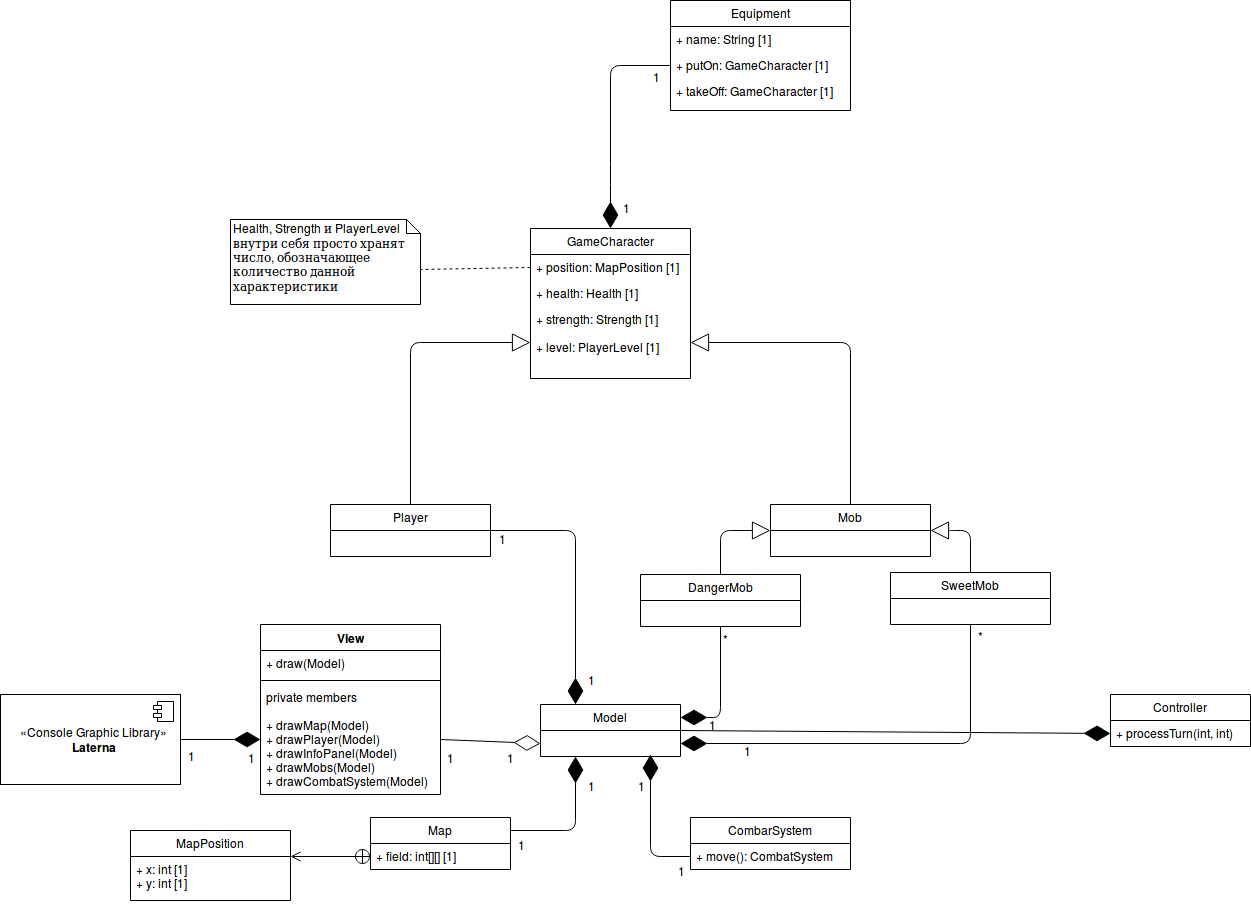
Earlier version of the draw.io export hw06/ClassDiagram.png (RamSaw/SoftwareDesign). Source tidied: cells renumbered, new cells last; positions are measured from the earlier drawing's top-left corner, leaving out a move shared by most shapes.
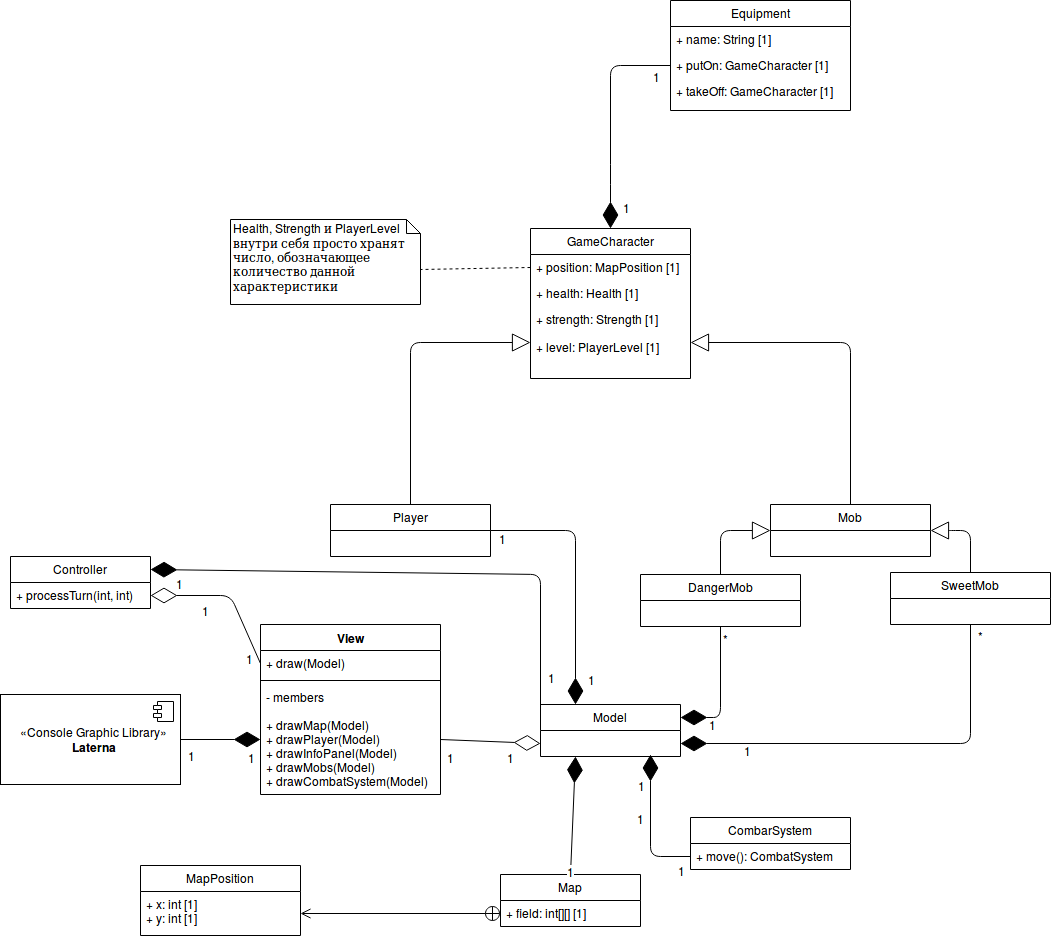
Later version of the same file.

The edit, as a diff of the source:
```diff
@@ -11,7 +11,7 @@
     <mxCell id="4" style="line;strokeWidth=1;fillColor=none;align=left;verticalAlign=middle;spacingTop=-1;spacingLeft=3;spacingRight=3;labelPosition=right;" parent="2" vertex="1">
       <mxGeometry y="52" width="180" height="8" as="geometry" />
     </mxCell>
-    <mxCell id="5" value="private members&#10;&#10;+ drawMap(Model)&#10;+ drawPlayer(Model)&#10;+ drawInfoPanel(Model)&#10;+ drawMobs(Model)&#10;+ drawCombatSystem(Model)&#10;" style="text;strokeColor=none;fillColor=none;align=left;verticalAlign=top;spacingLeft=4;spacingRight=4;overflow=hidden;points=[[0,0.5],[1,0.5]];portConstraint=eastwest;" parent="2" vertex="1">
+    <mxCell id="5" value="- members&#10;&#10;+ drawMap(Model)&#10;+ drawPlayer(Model)&#10;+ drawInfoPanel(Model)&#10;+ drawMobs(Model)&#10;+ drawCombatSystem(Model)&#10;" style="text;strokeColor=none;fillColor=none;align=left;verticalAlign=top;spacingLeft=4;spacingRight=4;overflow=hidden;points=[[0,0.5],[1,0.5]];portConstraint=eastwest;" parent="2" vertex="1">
       <mxGeometry y="60" width="180" height="110" as="geometry" />
     </mxCell>
     <mxCell id="6" style="endArrow=diamondThin;endFill=1;endSize=24;html=1;entryX=0;entryY=0.5;entryDx=0;entryDy=0;exitX=1;exitY=0.5;exitDx=0;exitDy=0;" parent="1" edge="1" source="9" target="5">
@@ -116,17 +116,13 @@
       </mxGeometry>
     </mxCell>
     <mxCell id="29" value="Map" style="swimlane;fontStyle=0;horizontal=1;startSize=26;fillColor=none;" parent="1" vertex="1">
-      <mxGeometry x="370" y="817" width="140" height="52" as="geometry" />
+      <mxGeometry x="500" y="874" width="140" height="52" as="geometry" />
     </mxCell>
     <mxCell id="30" value="+ field: int[][] [1]" style="text;strokeColor=none;fillColor=none;align=left;verticalAlign=top;spacingLeft=4;spacingRight=4;overflow=hidden;points=[[0,0.5],[1,0.5]];portConstraint=eastwest;" parent="29" vertex="1">
       <mxGeometry y="26" width="140" height="26" as="geometry" />
     </mxCell>
-    <mxCell id="31" style="endArrow=diamondThin;endFill=1;endSize=24;html=1;exitX=1;exitY=0.25;exitDx=0;exitDy=0;entryX=0.25;entryY=1;entryDx=0;entryDy=0;" parent="1" edge="1" source="29" target="14">
-      <mxGeometry relative="1" as="geometry">
-        <Array as="points">
-          <mxPoint x="575" y="830" />
-        </Array>
-      </mxGeometry>
+    <mxCell id="31" style="endArrow=diamondThin;endFill=1;endSize=24;html=1;exitX=0.5;exitY=0;exitDx=0;exitDy=0;entryX=0.25;entryY=1;entryDx=0;entryDy=0;" parent="1" edge="1" source="29" target="14">
+      <mxGeometry relative="1" as="geometry" />
     </mxCell>
     <mxCell id="32" value="1" style="text;html=1;align=center;verticalAlign=middle;labelBackgroundColor=#ffffff;" parent="31" vertex="1">
       <mxGeometry x="-0.83" y="-1" relative="1" as="geometry">
@@ -138,13 +134,11 @@
         <mxPoint x="-5" y="9" as="offset" />
       </mxGeometry>
     </mxCell>
-    <mxCell id="34" style="endArrow=open;startArrow=circlePlus;endFill=0;startFill=0;endSize=8;html=1;exitX=0;exitY=0.5;exitDx=0;exitDy=0;" parent="1" edge="1" source="30">
-      <mxGeometry relative="1" as="geometry">
-        <mxPoint x="290" y="856" as="targetPoint" />
-      </mxGeometry>
+    <mxCell id="34" style="endArrow=open;startArrow=circlePlus;endFill=0;startFill=0;endSize=8;html=1;exitX=0;exitY=0.5;exitDx=0;exitDy=0;entryX=1;entryY=0.5;entryDx=0;entryDy=0;" parent="1" edge="1" source="30" target="36">
+      <mxGeometry relative="1" as="geometry" />
     </mxCell>
     <mxCell id="35" value="MapPosition" style="swimlane;fontStyle=0;horizontal=1;startSize=26;fillColor=none;" parent="1" vertex="1">
-      <mxGeometry x="130" y="830" width="160" height="70" as="geometry" />
+      <mxGeometry x="140" y="865" width="160" height="70" as="geometry" />
     </mxCell>
     <mxCell id="36" value="+ x: int [1]&#10;+ y: int [1]&#10;" style="text;strokeColor=none;fillColor=none;align=left;verticalAlign=top;spacingLeft=4;spacingRight=4;overflow=hidden;points=[[0,0.5],[1,0.5]];portConstraint=eastwest;" parent="35" vertex="1">
       <mxGeometry y="26" width="160" height="44" as="geometry" />
@@ -247,14 +241,45 @@
         <mxPoint x="-10" y="-7" as="offset" />
       </mxGeometry>
     </mxCell>
-    <mxCell id="58" style="endArrow=diamondThin;endFill=1;endSize=24;html=1;exitX=1;exitY=0.5;exitDx=0;exitDy=0;entryX=0;entryY=0.5;entryDx=0;entryDy=0;" parent="1" edge="1" source="14" target="60">
-      <mxGeometry relative="1" as="geometry" />
+    <mxCell id="58" style="endArrow=diamondThin;endFill=1;endSize=24;html=1;exitX=0;exitY=0.25;exitDx=0;exitDy=0;entryX=1;entryY=0.25;entryDx=0;entryDy=0;" parent="1" edge="1" source="14" target="59">
+      <mxGeometry relative="1" as="geometry">
+        <Array as="points">
+          <mxPoint x="540" y="574" />
+        </Array>
+      </mxGeometry>
     </mxCell>
+    <mxCell id="61" value="1" style="text;html=1;align=center;verticalAlign=middle;labelBackgroundColor=#ffffff;" parent="58" vertex="1">
+      <mxGeometry x="0.83" y="5" relative="1" as="geometry">
+        <mxPoint x="-17" y="8" as="offset" />
+      </mxGeometry>
+    </mxCell>
+    <mxCell id="62" value="1" style="text;html=1;align=center;verticalAlign=middle;labelBackgroundColor=#ffffff;direction=south;" parent="58" vertex="1">
+      <mxGeometry x="-0.85" relative="1" as="geometry">
+        <mxPoint x="10" as="offset" />
+      </mxGeometry>
+    </mxCell>
     <mxCell id="59" value="Controller" style="swimlane;fontStyle=0;horizontal=1;startSize=26;fillColor=none;" parent="1" vertex="1">
-      <mxGeometry x="1110" y="694" width="140" height="52" as="geometry" />
+      <mxGeometry x="10" y="556" width="140" height="52" as="geometry" />
     </mxCell>
     <mxCell id="60" value="+ processTurn(int, int)" style="text;strokeColor=none;fillColor=none;align=left;verticalAlign=top;spacingLeft=4;spacingRight=4;overflow=hidden;points=[[0,0.5],[1,0.5]];portConstraint=eastwest;" parent="59" vertex="1">
       <mxGeometry y="26" width="140" height="26" as="geometry" />
     </mxCell>
+    <mxCell id="63" style="endArrow=diamondThin;endFill=0;endSize=24;html=1;exitX=0;exitY=0.5;exitDx=0;exitDy=0;entryX=1;entryY=0.5;entryDx=0;entryDy=0;" parent="1" edge="1" source="3" target="60">
+      <mxGeometry relative="1" as="geometry">
+        <Array as="points">
+          <mxPoint x="230" y="595" />
+        </Array>
+      </mxGeometry>
+    </mxCell>
+    <mxCell id="64" value="1" style="text;html=1;align=center;verticalAlign=middle;labelBackgroundColor=#ffffff;" parent="63" vertex="1">
+      <mxGeometry x="-0.72" y="-1" relative="1" as="geometry">
+        <mxPoint x="-4" y="15.5" as="offset" />
+      </mxGeometry>
+    </mxCell>
+    <mxCell id="65" value="1" style="text;html=1;align=center;verticalAlign=middle;labelBackgroundColor=#ffffff;" parent="63" vertex="1">
+      <mxGeometry x="0.34" relative="1" as="geometry">
+        <mxPoint x="3" y="14.5" as="offset" />
+      </mxGeometry>
+    </mxCell>
   </root>
 </mxGraphModel>
```
